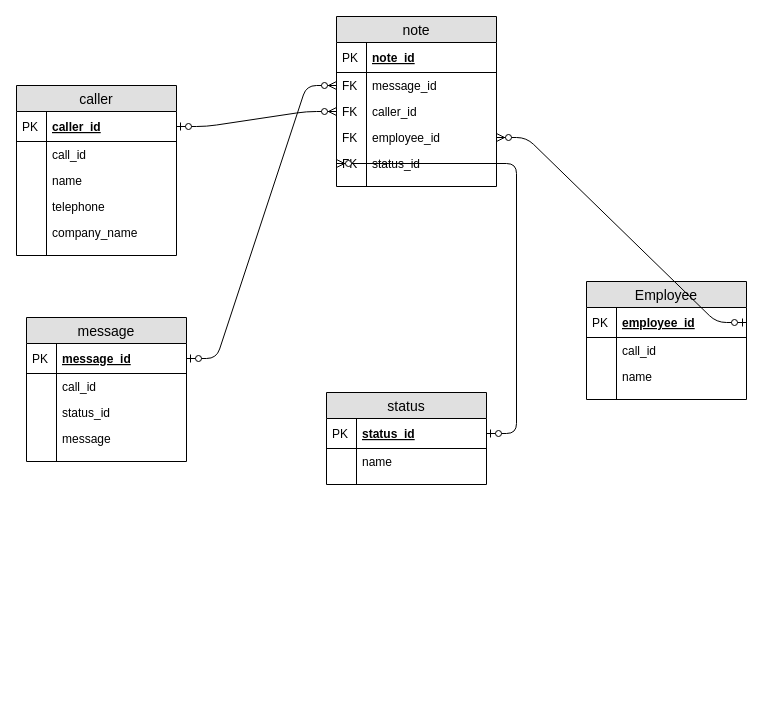
The draw.io diagram phone_notes.drawio in chantalwiegand/PhoneNotes, before the edit. Source tidied: cells renumbered, new cells numbered last; positions are measured from the earlier drawing's top-left corner, leaving out a move shared by most shapes. Both pictures are drawn from the tidied source at 100%, with x=0, y=0 at pixel (16, 16).
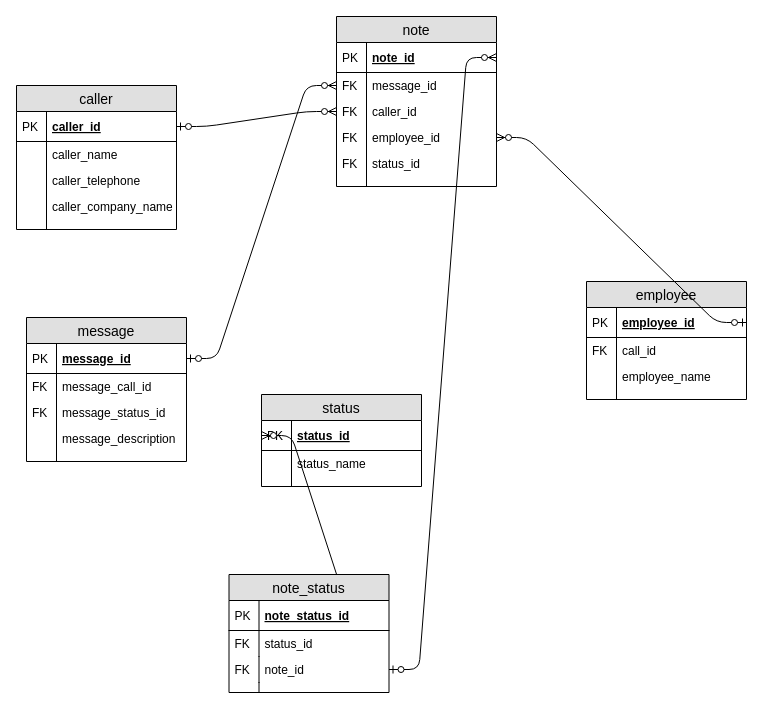
Above is the later version.

Commit message (it also covers changes not shown here):
phone_notes & uml is gecorrigeerd

The change refers to these unchanged cells:
```xml
<mxCell id="5" value="call_id" style="shape=partialRectangle;top=0;left=0;right=0;bottom=0;align=left;verticalAlign=top;fillColor=none;spacingLeft=34;spacingRight=4;overflow=hidden;fontSize=12;" parent="2" vertex="1">
  <mxGeometry y="56" width="160" height="26" as="geometry" />
</mxCell>
<mxCell id="24" value="message" style="swimlane;fontStyle=0;horizontal=1;startSize=26;fillColor=#e0e0e0;swimlaneFillColor=#ffffff;align=center;fontSize=14;" parent="1" vertex="1">
  <mxGeometry x="10" y="301" width="160" height="144" as="geometry" />
</mxCell>
<mxCell id="36" value="status_id" style="shape=partialRectangle;top=0;left=0;right=0;bottom=1;align=left;verticalAlign=middle;fillColor=none;spacingLeft=34;spacingRight=4;overflow=hidden;points=[[0,0.5],[1,0.5]];portConstraint=eastwest;fontStyle=5;fontSize=12;" parent="35" vertex="1">
  <mxGeometry y="26" width="160" height="30" as="geometry" />
</mxCell>
<mxCell id="43" value="note_id" style="shape=partialRectangle;top=0;left=0;right=0;bottom=1;align=left;verticalAlign=middle;fillColor=none;spacingLeft=34;spacingRight=4;overflow=hidden;points=[[0,0.5],[1,0.5]];portConstraint=eastwest;fontStyle=5;fontSize=12;" parent="42" vertex="1">
  <mxGeometry y="26" width="160" height="30" as="geometry" />
</mxCell>
<mxCell id="51" value="status_id" style="shape=partialRectangle;top=0;left=0;right=0;bottom=0;align=left;verticalAlign=top;fillColor=none;spacingLeft=34;spacingRight=4;overflow=hidden;points=[[0,0.5],[1,0.5]];portConstraint=eastwest;fontSize=12;" parent="42" vertex="1">
  <mxGeometry y="134" width="160" height="26" as="geometry" />
</mxCell>
```

Diff of the diagram source:
```diff
@@
-    <mxCell id="2" value="Employee" style="swimlane;fontStyle=0;horizontal=1;startSize=26;fillColor=#e0e0e0;swimlaneFillColor=#ffffff;align=center;fontSize=14;" parent="1" vertex="1">
+    <mxCell id="2" value="employee" style="swimlane;fontStyle=0;horizontal=1;startSize=26;fillColor=#e0e0e0;swimlaneFillColor=#ffffff;align=center;fontSize=14;" parent="1" vertex="1">
       <mxGeometry x="570" y="265" width="160" height="118" as="geometry" />
     </mxCell>
@@
-    <mxCell id="6" style="shape=partialRectangle;top=0;left=0;bottom=0;fillColor=none;align=left;verticalAlign=top;spacingLeft=4;spacingRight=4;overflow=hidden;fontSize=12;" parent="5" vertex="1">
+    <mxCell id="6" value="FK" style="shape=partialRectangle;top=0;left=0;bottom=0;fillColor=none;align=left;verticalAlign=top;spacingLeft=4;spacingRight=4;overflow=hidden;fontSize=12;" parent="5" vertex="1">
       <mxGeometry width="30" height="26" as="geometry" />
     </mxCell>
-    <mxCell id="7" value="name" style="shape=partialRectangle;top=0;left=0;right=0;bottom=0;align=left;verticalAlign=top;fillColor=none;spacingLeft=34;spacingRight=4;overflow=hidden;fontSize=12;" parent="2" vertex="1">
+    <mxCell id="7" value="employee_name" style="shape=partialRectangle;top=0;left=0;right=0;bottom=0;align=left;verticalAlign=top;fillColor=none;spacingLeft=34;spacingRight=4;overflow=hidden;fontSize=12;" parent="2" vertex="1">
       <mxGeometry y="82" width="160" height="26" as="geometry" />
     </mxCell>
@@
     <mxCell id="11" value="caller" style="swimlane;fontStyle=0;horizontal=1;startSize=26;fillColor=#e0e0e0;swimlaneFillColor=#ffffff;align=center;fontSize=14;" parent="1" vertex="1">
-      <mxGeometry y="69" width="160" height="170" as="geometry" />
+      <mxGeometry y="69" width="160" height="144" as="geometry" />
     </mxCell>
@@
-    <mxCell id="14" value="call_id" style="shape=partialRectangle;top=0;left=0;right=0;bottom=0;align=left;verticalAlign=top;fillColor=none;spacingLeft=34;spacingRight=4;overflow=hidden;fontSize=12;" parent="11" vertex="1">
-      <mxGeometry y="56" width="160" height="26" as="geometry" />
-    </mxCell>
-    <mxCell id="15" style="shape=partialRectangle;top=0;left=0;bottom=0;fillColor=none;align=left;verticalAlign=top;spacingLeft=4;spacingRight=4;overflow=hidden;fontSize=12;" parent="14" vertex="1">
-      <mxGeometry width="30" height="26" as="geometry" />
-    </mxCell>
-    <mxCell id="16" value="name" style="shape=partialRectangle;top=0;left=0;right=0;bottom=0;align=left;verticalAlign=top;fillColor=none;spacingLeft=34;spacingRight=4;overflow=hidden;fontSize=12;" parent="11" vertex="1">
-      <mxGeometry y="82" width="160" height="26" as="geometry" />
+    <mxCell id="16" value="caller_name" style="shape=partialRectangle;top=0;left=0;right=0;bottom=0;align=left;verticalAlign=top;fillColor=none;spacingLeft=34;spacingRight=4;overflow=hidden;fontSize=12;" parent="11" vertex="1">
+      <mxGeometry y="56" width="160" height="26" as="geometry" />
     </mxCell>
@@
-    <mxCell id="18" value="telephone" style="shape=partialRectangle;top=0;left=0;right=0;bottom=0;align=left;verticalAlign=top;fillColor=none;spacingLeft=34;spacingRight=4;overflow=hidden;fontSize=12;" parent="11" vertex="1">
-      <mxGeometry y="108" width="160" height="26" as="geometry" />
+    <mxCell id="18" value="caller_telephone" style="shape=partialRectangle;top=0;left=0;right=0;bottom=0;align=left;verticalAlign=top;fillColor=none;spacingLeft=34;spacingRight=4;overflow=hidden;fontSize=12;" parent="11" vertex="1">
+      <mxGeometry y="82" width="160" height="26" as="geometry" />
     </mxCell>
@@
-    <mxCell id="20" value="company_name" style="shape=partialRectangle;top=0;left=0;right=0;bottom=0;align=left;verticalAlign=top;fillColor=none;spacingLeft=34;spacingRight=4;overflow=hidden;fontSize=12;" parent="11" vertex="1">
-      <mxGeometry y="134" width="160" height="26" as="geometry" />
+    <mxCell id="20" value="caller_company_name" style="shape=partialRectangle;top=0;left=0;right=0;bottom=0;align=left;verticalAlign=top;fillColor=none;spacingLeft=34;spacingRight=4;overflow=hidden;fontSize=12;" parent="11" vertex="1">
+      <mxGeometry y="108" width="160" height="26" as="geometry" />
     </mxCell>
@@
     <mxCell id="22" style="shape=partialRectangle;top=0;left=0;right=0;bottom=0;align=left;verticalAlign=top;fillColor=none;spacingLeft=34;spacingRight=4;overflow=hidden;fontSize=12;" parent="11" vertex="1">
-      <mxGeometry y="160" width="160" height="10" as="geometry" />
+      <mxGeometry y="134" width="160" height="10" as="geometry" />
     </mxCell>
@@
-    <mxCell id="27" value="call_id" style="shape=partialRectangle;top=0;left=0;right=0;bottom=0;align=left;verticalAlign=top;fillColor=none;spacingLeft=34;spacingRight=4;overflow=hidden;fontSize=12;" parent="24" vertex="1">
+    <mxCell id="27" value="message_call_id" style="shape=partialRectangle;top=0;left=0;right=0;bottom=0;align=left;verticalAlign=top;fillColor=none;spacingLeft=34;spacingRight=4;overflow=hidden;fontSize=12;" parent="24" vertex="1">
       <mxGeometry y="56" width="160" height="26" as="geometry" />
     </mxCell>
-    <mxCell id="28" style="shape=partialRectangle;top=0;left=0;bottom=0;fillColor=none;align=left;verticalAlign=top;spacingLeft=4;spacingRight=4;overflow=hidden;fontSize=12;" parent="27" vertex="1">
+    <mxCell id="28" value="FK" style="shape=partialRectangle;top=0;left=0;bottom=0;fillColor=none;align=left;verticalAlign=top;spacingLeft=4;spacingRight=4;overflow=hidden;fontSize=12;" parent="27" vertex="1">
       <mxGeometry width="30" height="26" as="geometry" />
     </mxCell>
-    <mxCell id="29" value="status_id" style="shape=partialRectangle;top=0;left=0;right=0;bottom=0;align=left;verticalAlign=top;fillColor=none;spacingLeft=34;spacingRight=4;overflow=hidden;fontSize=12;" parent="24" vertex="1">
+    <mxCell id="29" value="message_status_id" style="shape=partialRectangle;top=0;left=0;right=0;bottom=0;align=left;verticalAlign=top;fillColor=none;spacingLeft=34;spacingRight=4;overflow=hidden;fontSize=12;" parent="24" vertex="1">
       <mxGeometry y="82" width="160" height="26" as="geometry" />
     </mxCell>
-    <mxCell id="30" style="shape=partialRectangle;top=0;left=0;bottom=0;fillColor=none;align=left;verticalAlign=top;spacingLeft=4;spacingRight=4;overflow=hidden;fontSize=12;" parent="29" vertex="1">
+    <mxCell id="30" value="FK" style="shape=partialRectangle;top=0;left=0;bottom=0;fillColor=none;align=left;verticalAlign=top;spacingLeft=4;spacingRight=4;overflow=hidden;fontSize=12;" parent="29" vertex="1">
       <mxGeometry width="30" height="26" as="geometry" />
     </mxCell>
-    <mxCell id="31" value="message" style="shape=partialRectangle;top=0;left=0;right=0;bottom=0;align=left;verticalAlign=top;fillColor=none;spacingLeft=34;spacingRight=4;overflow=hidden;fontSize=12;" parent="24" vertex="1">
+    <mxCell id="31" value="message_description" style="shape=partialRectangle;top=0;left=0;right=0;bottom=0;align=left;verticalAlign=top;fillColor=none;spacingLeft=34;spacingRight=4;overflow=hidden;fontSize=12;" parent="24" vertex="1">
       <mxGeometry y="108" width="160" height="26" as="geometry" />
     </mxCell>
@@
     <mxCell id="35" value="status" style="swimlane;fontStyle=0;horizontal=1;startSize=26;fillColor=#e0e0e0;swimlaneFillColor=#ffffff;align=center;fontSize=14;" parent="1" vertex="1">
-      <mxGeometry x="310" y="376" width="160" height="92" as="geometry" />
+      <mxGeometry x="245" y="378" width="160" height="92" as="geometry" />
     </mxCell>
@@
-    <mxCell id="38" value="name" style="shape=partialRectangle;top=0;left=0;right=0;bottom=0;align=left;verticalAlign=top;fillColor=none;spacingLeft=34;spacingRight=4;overflow=hidden;fontSize=12;" parent="35" vertex="1">
+    <mxCell id="38" value="status_name" style="shape=partialRectangle;top=0;left=0;right=0;bottom=0;align=left;verticalAlign=top;fillColor=none;spacingLeft=34;spacingRight=4;overflow=hidden;fontSize=12;" parent="35" vertex="1">
       <mxGeometry y="56" width="160" height="26" as="geometry" />
     </mxCell>
@@
-    <mxCell id="58" style="edgeStyle=entityRelationEdgeStyle;fontSize=12;html=1;endArrow=ERzeroToMany;startArrow=ERzeroToOne;entryX=0;entryY=0.5;entryDx=0;entryDy=0;" parent="1" edge="1" source="36" target="51">
+    <mxCell id="58" style="edgeStyle=entityRelationEdgeStyle;fontSize=12;html=1;endArrow=ERzeroToMany;startArrow=ERzeroToOne;entryX=0;entryY=0.5;entryDx=0;entryDy=0;exitX=1;exitY=0.5;exitDx=0;exitDy=0;" parent="1" edge="1" source="62" target="36">
       <mxGeometry relative="1" as="geometry" />
     </mxCell>
+    <mxCell id="59" value="note_status" style="swimlane;fontStyle=0;horizontal=1;startSize=26;fillColor=#e0e0e0;swimlaneFillColor=#ffffff;align=center;fontSize=14;" parent="1" vertex="1">
+      <mxGeometry x="212.5" y="558" width="160" height="118" as="geometry" />
+    </mxCell>
+    <mxCell id="60" value="note_status_id" style="shape=partialRectangle;top=0;left=0;right=0;bottom=1;align=left;verticalAlign=middle;fillColor=none;spacingLeft=34;spacingRight=4;overflow=hidden;fontStyle=5;fontSize=12;" parent="59" vertex="1">
+      <mxGeometry y="26" width="160" height="30" as="geometry" />
+    </mxCell>
+    <mxCell id="61" value="PK" style="shape=partialRectangle;top=0;left=0;bottom=0;fillColor=none;align=left;verticalAlign=middle;spacingLeft=4;spacingRight=4;overflow=hidden;fontSize=12;" parent="60" vertex="1">
+      <mxGeometry width="30" height="30" as="geometry" />
+    </mxCell>
+    <mxCell id="62" value="status_id" style="shape=partialRectangle;top=0;left=0;right=0;bottom=0;align=left;verticalAlign=top;fillColor=none;spacingLeft=34;spacingRight=4;overflow=hidden;points=[[0,0.5],[1,0.5]];portConstraint=eastwest;fontSize=12;" parent="59" vertex="1">
+      <mxGeometry y="56" width="160" height="26" as="geometry" />
+    </mxCell>
+    <mxCell id="63" value="FK" style="shape=partialRectangle;top=0;left=0;bottom=0;fillColor=none;align=left;verticalAlign=top;spacingLeft=4;spacingRight=4;overflow=hidden;fontSize=12;" parent="62" vertex="1">
+      <mxGeometry width="30" height="26" as="geometry" />
+    </mxCell>
+    <mxCell id="64" value="note_id" style="shape=partialRectangle;top=0;left=0;right=0;bottom=0;align=left;verticalAlign=top;fillColor=none;spacingLeft=34;spacingRight=4;overflow=hidden;points=[[0,0.5],[1,0.5]];portConstraint=eastwest;fontSize=12;" parent="59" vertex="1">
+      <mxGeometry y="82" width="160" height="26" as="geometry" />
+    </mxCell>
+    <mxCell id="65" value="FK" style="shape=partialRectangle;top=0;left=0;bottom=0;fillColor=none;align=left;verticalAlign=top;spacingLeft=4;spacingRight=4;overflow=hidden;fontSize=12;" parent="64" vertex="1">
+      <mxGeometry width="30" height="26" as="geometry" />
+    </mxCell>
+    <mxCell id="66" style="shape=partialRectangle;top=0;left=0;right=0;bottom=0;align=left;verticalAlign=top;fillColor=none;spacingLeft=34;spacingRight=4;overflow=hidden;fontSize=12;" parent="59" vertex="1">
+      <mxGeometry y="108" width="160" height="10" as="geometry" />
+    </mxCell>
+    <mxCell id="67" style="shape=partialRectangle;top=0;left=0;bottom=0;fillColor=none;align=left;verticalAlign=top;spacingLeft=4;spacingRight=4;overflow=hidden;fontSize=12;" parent="66" vertex="1">
+      <mxGeometry width="30" height="10" as="geometry" />
+    </mxCell>
+    <mxCell id="68" style="edgeStyle=entityRelationEdgeStyle;fontSize=12;html=1;endArrow=ERzeroToMany;startArrow=ERzeroToOne;exitX=1;exitY=0.5;exitDx=0;exitDy=0;entryX=1;entryY=0.5;entryDx=0;entryDy=0;" parent="1" edge="1" source="64" target="43">
+      <mxGeometry relative="1" as="geometry" />
+    </mxCell>
```
